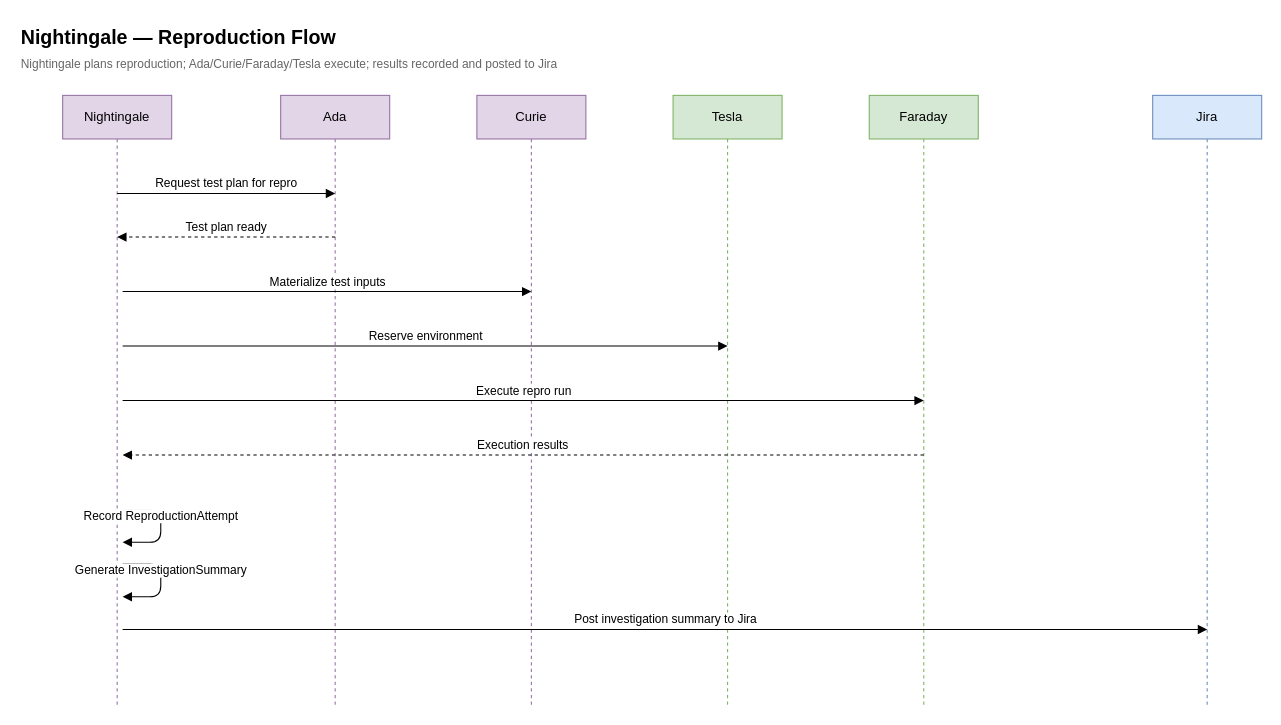
Earlier version of the draw.io diagram page "Reproduction Flow" (2 of 2) of docs/diagrams/workforce/NIGHTINGALE_SEQUENCE.drawio (jmac-cornelis/agent-workforce). Source tidied: cells renumbered, new cells numbered last; positions are measured from the earlier drawing's top-left corner, leaving out a move shared by most shapes. Both pictures are drawn from the tidied source at 109%, with x=0, y=0 at pixel (19, 19).
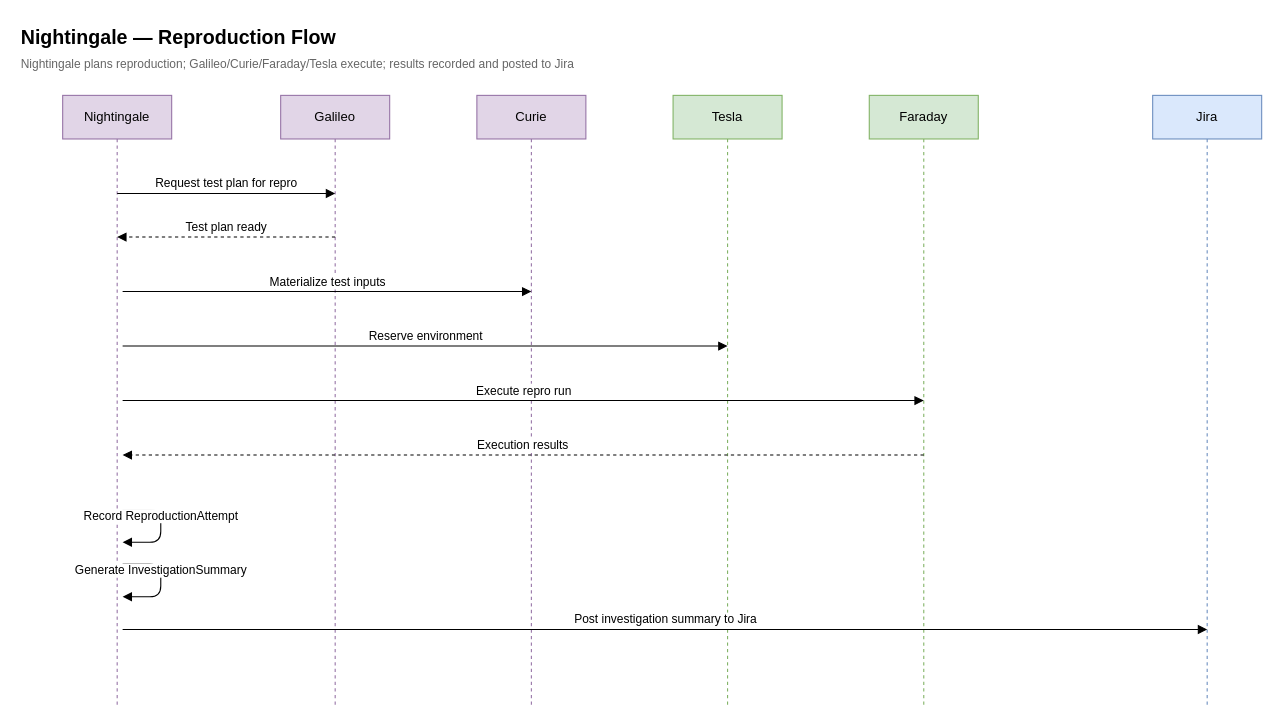
The same page after the edit.

Diff of the diagram source:
```diff
@@
-    <mxCell id="3" value="Nightingale plans reproduction; Ada/Curie/Faraday/Tesla execute; results recorded and posted to Jira" style="text;html=1;fontSize=11;fontColor=#666666;align=left;" parent="1" vertex="1">
+    <mxCell id="3" value="Nightingale plans reproduction; Galileo/Curie/Faraday/Tesla execute; results recorded and posted to Jira" style="text;html=1;fontSize=11;fontColor=#666666;align=left;" parent="1" vertex="1">
       <mxGeometry y="28" width="750" height="20" as="geometry" />
     </mxCell>
@@
-    <mxCell id="5" value="Ada" style="shape=umlLifeline;perimeter=lifelinePerimeter;whiteSpace=wrap;html=1;size=40;fillColor=#e1d5e7;strokeColor=#9673a6;" parent="1" vertex="1">
+    <mxCell id="5" value="Galileo" style="shape=umlLifeline;perimeter=lifelinePerimeter;whiteSpace=wrap;html=1;size=40;fillColor=#e1d5e7;strokeColor=#9673a6;" parent="1" vertex="1">
       <mxGeometry x="240" y="70" width="100" height="560" as="geometry" />
     </mxCell>
```
